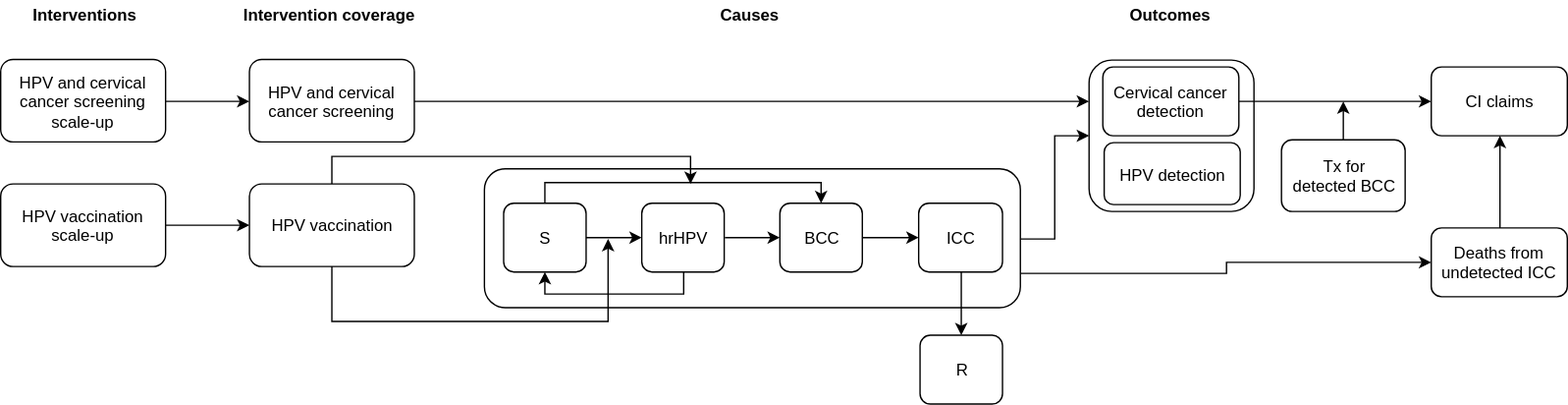
Above: docs/source/concept_models/vivarium_swissre_cervicalcancer/cervical_cancer_concept_model_diagram.svg in ihmeuw/vivarium_research (draw.io), before the change. Source tidied: cells renumbered, new cells last; positions are measured from the earlier drawing's top-left corner, leaving out a move shared by most shapes.
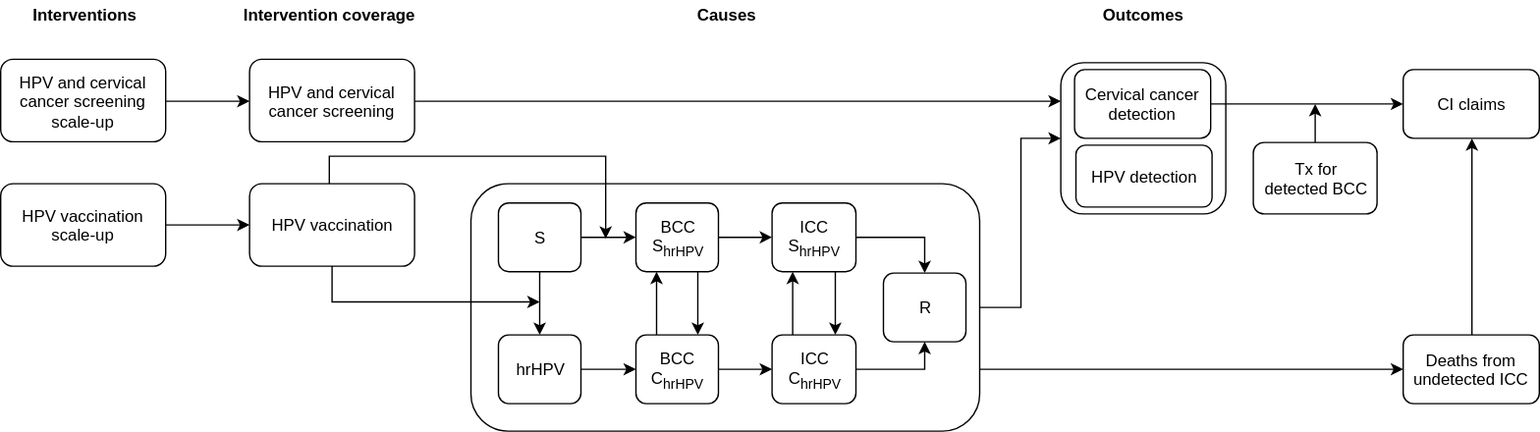
The same diagram one commit later.

Commit message:
update cervical cancer screening and detection

Diff of the diagram source:
```diff
@@ -2,18 +2,18 @@
   <root>
     <mxCell id="0" />
     <mxCell id="1" parent="0" />
+    <mxCell id="38" style="edgeStyle=orthogonalEdgeStyle;rounded=0;jettySize=auto;html=1;exitX=1;exitY=0.5;exitDx=0;exitDy=0;entryX=0;entryY=0.5;entryDx=0;entryDy=0;" parent="1" edge="1" source="39" target="2">
+      <mxGeometry relative="1" as="geometry" />
+    </mxCell>
+    <mxCell id="39" style="rounded=1;whiteSpace=wrap;html=1;" parent="1" vertex="1">
+      <mxGeometry x="342" y="133" width="370" height="180" as="geometry" />
+    </mxCell>
     <mxCell id="2" style="rounded=1;whiteSpace=wrap;html=1;" parent="1" vertex="1">
-      <mxGeometry x="792" y="43" width="120" height="110" as="geometry" />
+      <mxGeometry x="771" y="45" width="120" height="110" as="geometry" />
     </mxCell>
-    <mxCell id="3" style="edgeStyle=orthogonalEdgeStyle;rounded=0;jettySize=auto;html=1;exitX=1;exitY=0.5;exitDx=0;exitDy=0;entryX=0;entryY=0.5;entryDx=0;entryDy=0;" parent="1" edge="1" source="5" target="2">
-      <mxGeometry relative="1" as="geometry" />
-    </mxCell>
-    <mxCell id="4" style="edgeStyle=orthogonalEdgeStyle;rounded=0;jettySize=auto;html=1;exitX=1;exitY=0.75;exitDx=0;exitDy=0;entryX=0;entryY=0.5;entryDx=0;entryDy=0;" parent="1" edge="1" source="5" target="30">
+    <mxCell id="4" style="edgeStyle=orthogonalEdgeStyle;rounded=0;jettySize=auto;html=1;entryX=0;entryY=0.5;entryDx=0;entryDy=0;exitX=1;exitY=0.75;exitDx=0;exitDy=0;" parent="1" edge="1" source="39" target="30">
       <mxGeometry relative="1" as="geometry" />
     </mxCell>
-    <mxCell id="5" style="rounded=1;whiteSpace=wrap;html=1;" parent="1" vertex="1">
-      <mxGeometry x="352" y="122" width="390" height="101" as="geometry" />
-    </mxCell>
     <mxCell id="6" value="&lt;b&gt;Interventions&lt;/b&gt;" style="text;html=1;strokeColor=none;fillColor=none;align=center;verticalAlign=middle;whiteSpace=wrap;rounded=0;" parent="1" vertex="1">
       <mxGeometry x="40" width="40" height="20" as="geometry" />
     </mxCell>
@@ -21,45 +21,45 @@
       <mxGeometry x="174.5" width="133" height="20" as="geometry" />
     </mxCell>
     <mxCell id="8" value="&lt;b&gt;Outcomes&lt;/b&gt;" style="text;html=1;strokeColor=none;fillColor=none;align=left;verticalAlign=middle;whiteSpace=wrap;rounded=0;" parent="1" vertex="1">
-      <mxGeometry x="820" width="63" height="20" as="geometry" />
+      <mxGeometry x="800" width="63" height="20" as="geometry" />
     </mxCell>
+    <mxCell id="40" style="edgeStyle=orthogonalEdgeStyle;rounded=0;jettySize=auto;html=1;exitX=0.75;exitY=1;exitDx=0;exitDy=0;entryX=0.75;entryY=0;entryDx=0;entryDy=0;" parent="1" edge="1" source="10">
+      <mxGeometry relative="1" as="geometry">
+        <mxPoint x="607" y="243" as="targetPoint" />
+      </mxGeometry>
+    </mxCell>
-    <mxCell id="9" style="edgeStyle=orthogonalEdgeStyle;rounded=0;jettySize=auto;html=1;exitX=0.5;exitY=1;exitDx=0;exitDy=0;entryX=0.5;entryY=0;entryDx=0;entryDy=0;" parent="1" edge="1" source="10" target="34">
+    <mxCell id="9" style="edgeStyle=orthogonalEdgeStyle;rounded=0;jettySize=auto;html=1;exitX=1;exitY=0.5;exitDx=0;exitDy=0;entryX=0.5;entryY=0;entryDx=0;entryDy=0;" parent="1" edge="1" source="10" target="34">
       <mxGeometry relative="1" as="geometry" />
     </mxCell>
-    <mxCell id="10" value="ICC" style="rounded=1;whiteSpace=wrap;html=1;" parent="1" vertex="1">
-      <mxGeometry x="668" y="147" width="61" height="50" as="geometry" />
+    <mxCell id="10" value="ICC&lt;br&gt;S&lt;sub&gt;hrHPV&lt;/sub&gt;" style="rounded=1;whiteSpace=wrap;html=1;" parent="1" vertex="1">
+      <mxGeometry x="561" y="147" width="61" height="50" as="geometry" />
     </mxCell>
     <mxCell id="11" style="edgeStyle=orthogonalEdgeStyle;rounded=0;jettySize=auto;html=1;exitX=1;exitY=0.5;exitDx=0;exitDy=0;entryX=0;entryY=0.5;entryDx=0;entryDy=0;" parent="1" edge="1" source="12" target="10">
       <mxGeometry relative="1" as="geometry" />
     </mxCell>
+    <mxCell id="41" style="edgeStyle=orthogonalEdgeStyle;rounded=0;jettySize=auto;html=1;exitX=0.75;exitY=1;exitDx=0;exitDy=0;entryX=0.75;entryY=0;entryDx=0;entryDy=0;" parent="1" edge="1" source="12" target="47">
+      <mxGeometry relative="1" as="geometry" />
+    </mxCell>
-    <mxCell id="12" value="BCC" style="rounded=1;whiteSpace=wrap;html=1;" parent="1" vertex="1">
-      <mxGeometry x="567" y="147" width="60" height="50" as="geometry" />
+    <mxCell id="12" value="BCC&lt;br&gt;S&lt;sub&gt;hrHPV&lt;/sub&gt;" style="rounded=1;whiteSpace=wrap;html=1;" parent="1" vertex="1">
+      <mxGeometry x="462" y="147" width="60" height="50" as="geometry" />
     </mxCell>
-    <mxCell id="13" style="edgeStyle=orthogonalEdgeStyle;rounded=0;jettySize=auto;html=1;exitX=1;exitY=0.5;exitDx=0;exitDy=0;entryX=0;entryY=0.5;entryDx=0;entryDy=0;" parent="1" edge="1" source="15" target="12">
-      <mxGeometry relative="1" as="geometry" />
-    </mxCell>
-    <mxCell id="14" style="edgeStyle=orthogonalEdgeStyle;rounded=0;jettySize=auto;html=1;exitX=0.5;exitY=1;exitDx=0;exitDy=0;entryX=0.5;entryY=1;entryDx=0;entryDy=0;" parent="1" edge="1" source="15" target="33">
-      <mxGeometry relative="1" as="geometry">
-        <Array as="points">
-          <mxPoint x="497" y="213" />
-          <mxPoint x="396" y="213" />
-        </Array>
-      </mxGeometry>
-    </mxCell>
+    <mxCell id="42" style="edgeStyle=orthogonalEdgeStyle;rounded=0;jettySize=auto;html=1;exitX=1;exitY=0.5;exitDx=0;exitDy=0;entryX=0;entryY=0.5;entryDx=0;entryDy=0;" parent="1" edge="1" source="15" target="47">
+      <mxGeometry relative="1" as="geometry" />
+    </mxCell>
     <mxCell id="15" value="hrHPV" style="rounded=1;whiteSpace=wrap;html=1;" parent="1" vertex="1">
-      <mxGeometry x="466.5" y="147" width="60" height="50" as="geometry" />
+      <mxGeometry x="362" y="243" width="60" height="50" as="geometry" />
     </mxCell>
     <mxCell id="16" value="&lt;b&gt;Causes&lt;/b&gt;" style="text;html=1;strokeColor=none;fillColor=none;align=left;verticalAlign=middle;whiteSpace=wrap;rounded=0;" parent="1" vertex="1">
-      <mxGeometry x="522" width="45" height="20" as="geometry" />
+      <mxGeometry x="504.5" width="45" height="20" as="geometry" />
     </mxCell>
     <mxCell id="17" style="edgeStyle=orthogonalEdgeStyle;rounded=0;jettySize=auto;html=1;exitX=1;exitY=0.5;exitDx=0;exitDy=0;entryX=0;entryY=0.5;entryDx=0;entryDy=0;" parent="1" edge="1" source="18" target="19">
       <mxGeometry relative="1" as="geometry" />
     </mxCell>
     <mxCell id="18" value="Cervical cancer detection" style="rounded=1;whiteSpace=wrap;html=1;" parent="1" vertex="1">
-      <mxGeometry x="802" y="48" width="99" height="50" as="geometry" />
+      <mxGeometry x="781" y="50" width="99" height="50" as="geometry" />
     </mxCell>
     <mxCell id="19" value="CI claims" style="rounded=1;whiteSpace=wrap;html=1;" parent="1" vertex="1">
-      <mxGeometry x="1041" y="48" width="99" height="50" as="geometry" />
+      <mxGeometry x="1020" y="50" width="99" height="50" as="geometry" />
     </mxCell>
     <mxCell id="20" style="edgeStyle=orthogonalEdgeStyle;rounded=0;jettySize=auto;html=1;exitX=1;exitY=0.5;exitDx=0;exitDy=0;entryX=0;entryY=0.5;entryDx=0;entryDy=0;" parent="1" edge="1" source="21" target="25">
       <mxGeometry relative="1" as="geometry" />
@@ -73,32 +73,31 @@
     <mxCell id="23" value="&lt;span style=&quot;white-space: normal&quot;&gt;HPV vaccination scale-up&lt;/span&gt;" style="rounded=1;whiteSpace=wrap;html=1;" parent="1" vertex="1">
       <mxGeometry y="133" width="120" height="60" as="geometry" />
     </mxCell>
-    <mxCell id="24" style="edgeStyle=orthogonalEdgeStyle;rounded=0;jettySize=auto;html=1;exitX=1;exitY=0.5;exitDx=0;exitDy=0;" parent="1" edge="1" source="25">
-      <mxGeometry relative="1" as="geometry">
-        <mxPoint x="792" y="73" as="targetPoint" />
-      </mxGeometry>
+    <mxCell id="24" style="edgeStyle=orthogonalEdgeStyle;rounded=0;jettySize=auto;html=1;exitX=1;exitY=0.5;exitDx=0;exitDy=0;entryX=0;entryY=0.25;entryDx=0;entryDy=0;" parent="1" edge="1" source="25" target="2">
+      <mxGeometry relative="1" as="geometry" />
     </mxCell>
     <mxCell id="25" value="&lt;span style=&quot;white-space: normal&quot;&gt;HPV and cervical cancer screening&lt;/span&gt;" style="rounded=1;whiteSpace=wrap;html=1;" parent="1" vertex="1">
       <mxGeometry x="181" y="42.5" width="120" height="60" as="geometry" />
     </mxCell>
-    <mxCell id="26" style="edgeStyle=orthogonalEdgeStyle;rounded=0;jettySize=auto;html=1;exitX=0.5;exitY=1;exitDx=0;exitDy=0;" parent="1" edge="1" source="28">
-      <mxGeometry relative="1" as="geometry">
-        <mxPoint x="442" y="173" as="targetPoint" />
-        <Array as="points">
-          <mxPoint x="241" y="233" />
-          <mxPoint x="442" y="233" />
-        </Array>
-      </mxGeometry>
-    </mxCell>
-    <mxCell id="27" style="edgeStyle=orthogonalEdgeStyle;rounded=0;jettySize=auto;html=1;exitX=0.5;exitY=0;exitDx=0;exitDy=0;" parent="1" edge="1" source="28">
-      <mxGeometry relative="1" as="geometry">
-        <mxPoint x="502" y="133" as="targetPoint" />
-        <Array as="points">
-          <mxPoint x="241" y="113" />
-          <mxPoint x="502" y="113" />
-        </Array>
-      </mxGeometry>
-    </mxCell>
+    <mxCell id="43" style="edgeStyle=orthogonalEdgeStyle;rounded=0;orthogonalLoop=1;jettySize=auto;html=1;exitX=0.5;exitY=0;exitDx=0;exitDy=0;" parent="1" edge="1">
+      <mxGeometry relative="1" as="geometry">
+        <mxPoint x="239" y="133" as="sourcePoint" />
+        <mxPoint x="440" y="173" as="targetPoint" />
+        <Array as="points">
+          <mxPoint x="239" y="113" />
+          <mxPoint x="440" y="113" />
+        </Array>
+      </mxGeometry>
+    </mxCell>
+    <mxCell id="44" style="edgeStyle=orthogonalEdgeStyle;rounded=0;orthogonalLoop=1;jettySize=auto;html=1;exitX=0.5;exitY=1;exitDx=0;exitDy=0;" parent="1" edge="1">
+      <mxGeometry relative="1" as="geometry">
+        <mxPoint x="241" y="189" as="sourcePoint" />
+        <mxPoint x="392" y="219" as="targetPoint" />
+        <Array as="points">
+          <mxPoint x="241" y="219" />
+        </Array>
+      </mxGeometry>
+    </mxCell>
     <mxCell id="28" value="&lt;span style=&quot;white-space: normal&quot;&gt;HPV vaccination&lt;/span&gt;" style="rounded=1;whiteSpace=wrap;html=1;" parent="1" vertex="1">
       <mxGeometry x="181" y="133" width="120" height="60" as="geometry" />
     </mxCell>
@@ -106,35 +105,48 @@
       <mxGeometry relative="1" as="geometry" />
     </mxCell>
     <mxCell id="30" value="Deaths from undetected ICC" style="rounded=1;whiteSpace=wrap;html=1;" parent="1" vertex="1">
-      <mxGeometry x="1041" y="165" width="99" height="50" as="geometry" />
+      <mxGeometry x="1020" y="243" width="99" height="50" as="geometry" />
     </mxCell>
+    <mxCell id="32" style="edgeStyle=orthogonalEdgeStyle;rounded=0;jettySize=auto;html=1;exitX=1;exitY=0.5;exitDx=0;exitDy=0;entryX=0;entryY=0.5;entryDx=0;entryDy=0;" parent="1" edge="1" source="33" target="12">
+      <mxGeometry relative="1" as="geometry" />
+    </mxCell>
-    <mxCell id="31" style="edgeStyle=none;rounded=0;jettySize=auto;html=1;exitX=1;exitY=0.5;exitDx=0;exitDy=0;" parent="1" edge="1" source="33" target="15">
+    <mxCell id="31" style="edgeStyle=orthogonalEdgeStyle;rounded=0;jettySize=auto;html=1;exitX=0.5;exitY=1;exitDx=0;exitDy=0;" parent="1" edge="1" source="33" target="15">
       <mxGeometry relative="1" as="geometry" />
     </mxCell>
-    <mxCell id="32" style="edgeStyle=orthogonalEdgeStyle;rounded=0;jettySize=auto;html=1;exitX=0.5;exitY=0;exitDx=0;exitDy=0;entryX=0.5;entryY=0;entryDx=0;entryDy=0;" parent="1" edge="1" source="33" target="12">
-      <mxGeometry relative="1" as="geometry">
-        <Array as="points">
-          <mxPoint x="396" y="132" />
-          <mxPoint x="597" y="132" />
-        </Array>
-      </mxGeometry>
-    </mxCell>
     <mxCell id="33" value="S" style="rounded=1;whiteSpace=wrap;html=1;" parent="1" vertex="1">
-      <mxGeometry x="366" y="147" width="60" height="50" as="geometry" />
+      <mxGeometry x="362" y="147" width="60" height="50" as="geometry" />
     </mxCell>
-    <mxCell id="34" value="R" style="rounded=1;whiteSpace=wrap;html=1;" parent="1" vertex="1">
-      <mxGeometry x="669" y="243" width="60" height="50" as="geometry" />
-    </mxCell>
     <mxCell id="35" value="HPV detection" style="rounded=1;whiteSpace=wrap;html=1;" parent="1" vertex="1">
-      <mxGeometry x="803" y="103" width="99" height="45" as="geometry" />
+      <mxGeometry x="782" y="105" width="99" height="45" as="geometry" />
     </mxCell>
     <mxCell id="36" style="edgeStyle=orthogonalEdgeStyle;rounded=0;jettySize=auto;html=1;exitX=0.5;exitY=0;exitDx=0;exitDy=0;" parent="1" edge="1" source="37">
       <mxGeometry relative="1" as="geometry">
-        <mxPoint x="977.3" y="72.6" as="targetPoint" />
+        <mxPoint x="956.3" y="74.6" as="targetPoint" />
       </mxGeometry>
     </mxCell>
     <mxCell id="37" value="Tx for&lt;br&gt;detected BCC" style="rounded=1;whiteSpace=wrap;html=1;" parent="1" vertex="1">
-      <mxGeometry x="932" y="101" width="90" height="52" as="geometry" />
+      <mxGeometry x="911" y="103" width="90" height="52" as="geometry" />
     </mxCell>
+    <mxCell id="45" style="edgeStyle=orthogonalEdgeStyle;rounded=0;jettySize=auto;html=1;exitX=0.25;exitY=0;exitDx=0;exitDy=0;entryX=0.25;entryY=1;entryDx=0;entryDy=0;" parent="1" edge="1" source="47" target="12">
+      <mxGeometry relative="1" as="geometry" />
+    </mxCell>
+    <mxCell id="46" style="edgeStyle=orthogonalEdgeStyle;rounded=0;jettySize=auto;html=1;exitX=1;exitY=0.5;exitDx=0;exitDy=0;entryX=0;entryY=0.5;entryDx=0;entryDy=0;" parent="1" edge="1" source="47" target="50">
+      <mxGeometry relative="1" as="geometry" />
+    </mxCell>
+    <mxCell id="47" value="BCC&lt;br&gt;C&lt;sub&gt;hrHPV&lt;/sub&gt;" style="rounded=1;whiteSpace=wrap;html=1;" parent="1" vertex="1">
+      <mxGeometry x="462" y="243" width="60" height="50" as="geometry" />
+    </mxCell>
+    <mxCell id="48" style="edgeStyle=orthogonalEdgeStyle;rounded=0;jettySize=auto;html=1;exitX=0.25;exitY=0;exitDx=0;exitDy=0;entryX=0.25;entryY=1;entryDx=0;entryDy=0;" parent="1" edge="1" source="50" target="10">
+      <mxGeometry relative="1" as="geometry" />
+    </mxCell>
+    <mxCell id="49" style="edgeStyle=orthogonalEdgeStyle;rounded=0;jettySize=auto;html=1;exitX=1;exitY=0.5;exitDx=0;exitDy=0;entryX=0.5;entryY=1;entryDx=0;entryDy=0;" parent="1" edge="1" source="50" target="34">
+      <mxGeometry relative="1" as="geometry" />
+    </mxCell>
+    <mxCell id="50" value="ICC&lt;br&gt;C&lt;sub&gt;hrHPV&lt;/sub&gt;" style="rounded=1;whiteSpace=wrap;html=1;" parent="1" vertex="1">
+      <mxGeometry x="561" y="243" width="61" height="50" as="geometry" />
+    </mxCell>
+    <mxCell id="34" value="R" style="rounded=1;whiteSpace=wrap;html=1;" parent="1" vertex="1">
+      <mxGeometry x="642" y="198" width="60" height="50" as="geometry" />
+    </mxCell>
   </root>
 </mxGraphModel>
```
